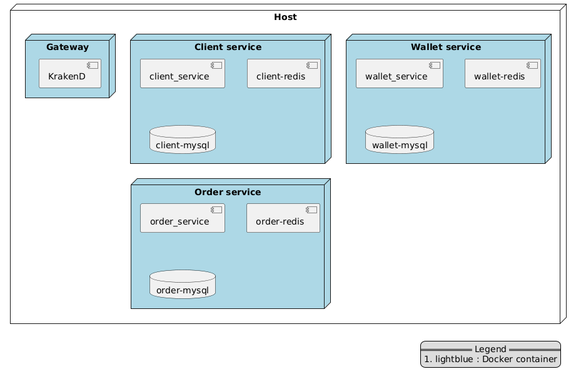
Above: documentation/phase3/images/deployment.png in William-Lavoie/BrokerX (PlantUML), before the change.
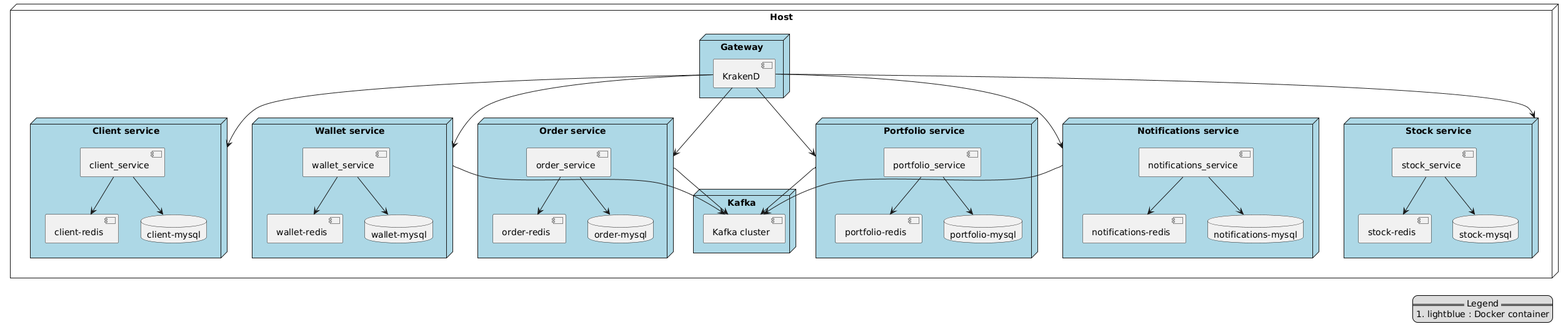
After the change.

What changed in the source:
```diff
@@ -21,7 +21,58 @@
     component "order-redis"
     database "order-mysql"
   }
+
+
+
+  node "Portfolio service" #lightblue {
+    component "portfolio_service"
+    component "portfolio-redis"
+    database "portfolio-mysql"
+  }
+
+  node "Notifications service" #lightblue {
+    component "notifications_service"
+    component "notifications-redis"
+    database "notifications-mysql"
+  }
+
+ node "Stock service" #lightblue {
+    component "stock_service"
+    component "stock-redis"
+    database "stock-mysql"
+  }
+
+  node "Kafka" #lightblue {
+      component "Kafka cluster"
+  }
+
 }
+
+KrakenD --> "Client service"
+KrakenD --> "Wallet service"
+KrakenD --> "Order service"
+KrakenD --> "Stock service"
+KrakenD --> "Portfolio service"
+KrakenD --> "Notifications service"
+
+"client_service" --> "client-redis"
+"wallet_service" --> "wallet-redis"
+"order_service" --> "order-redis"
+"stock_service" --> "stock-redis"
+"portfolio_service" --> "portfolio-redis"
+"notifications_service" --> "notifications-redis"
+
+"client_service" --> "client-mysql"
+"wallet_service" --> "wallet-mysql"
+"order_service" --> "order-mysql"
+"stock_service" --> "stock-mysql"
+"portfolio_service" --> "portfolio-mysql"
+"notifications_service" --> "notifications-mysql"
+
+"Wallet service" --> "Kafka cluster"
+"Order service" --> "Kafka cluster"
+"Portfolio service" --> "Kafka cluster"
+"Notifications service" --> "Kafka cluster"
 
 legend right
   == Legend ==
```
